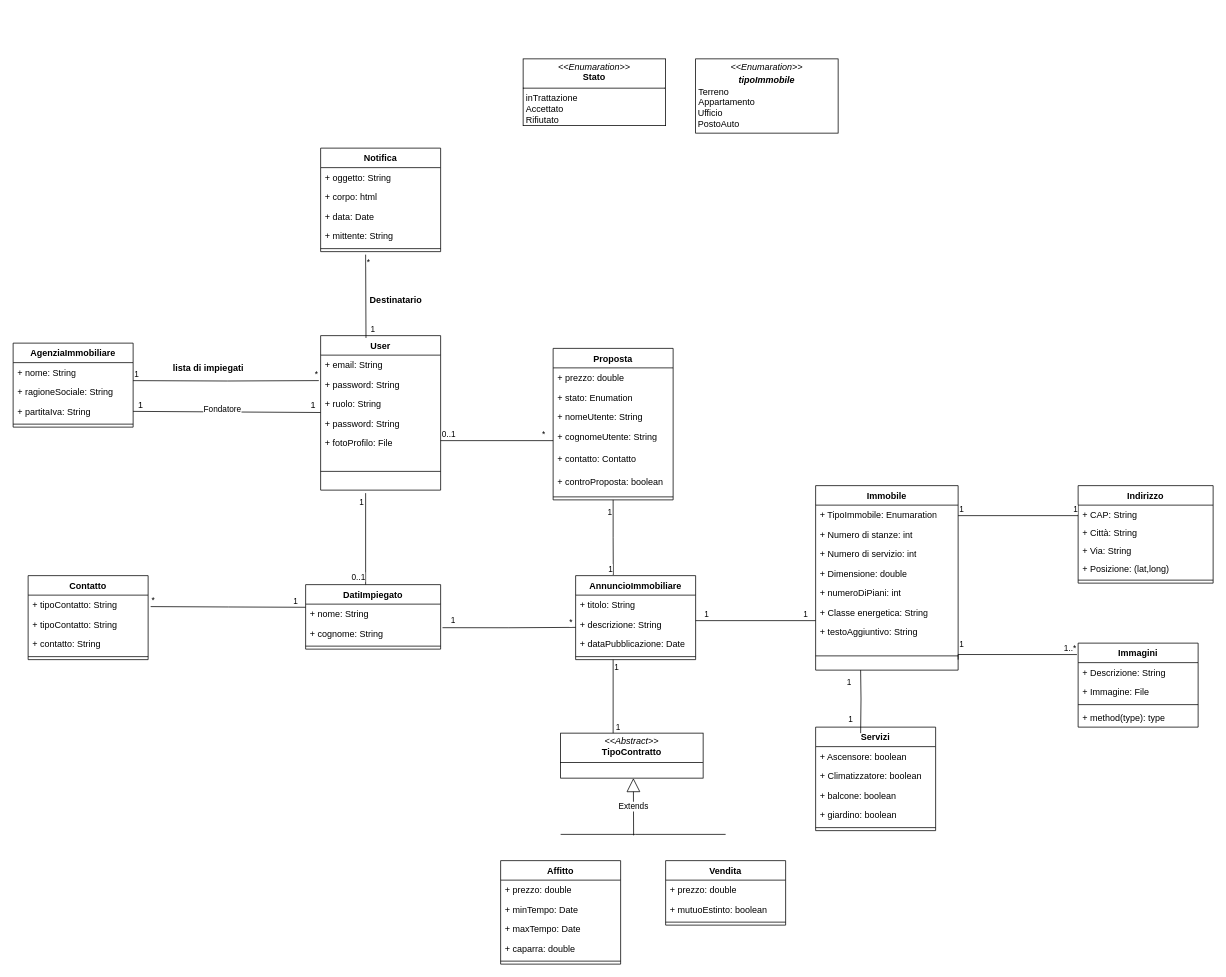
The draw.io diagram diagrammi/diagramma delle classi.drawio in Sperob98/Documentazione-DietiEstates25, before the edit. Source tidied: cells renumbered, new cells numbered last; positions are measured from the earlier drawing's top-left corner, leaving out a move shared by most shapes. Both pictures are drawn from the tidied source at 75%, with x=0, y=0 at pixel (13, 58).
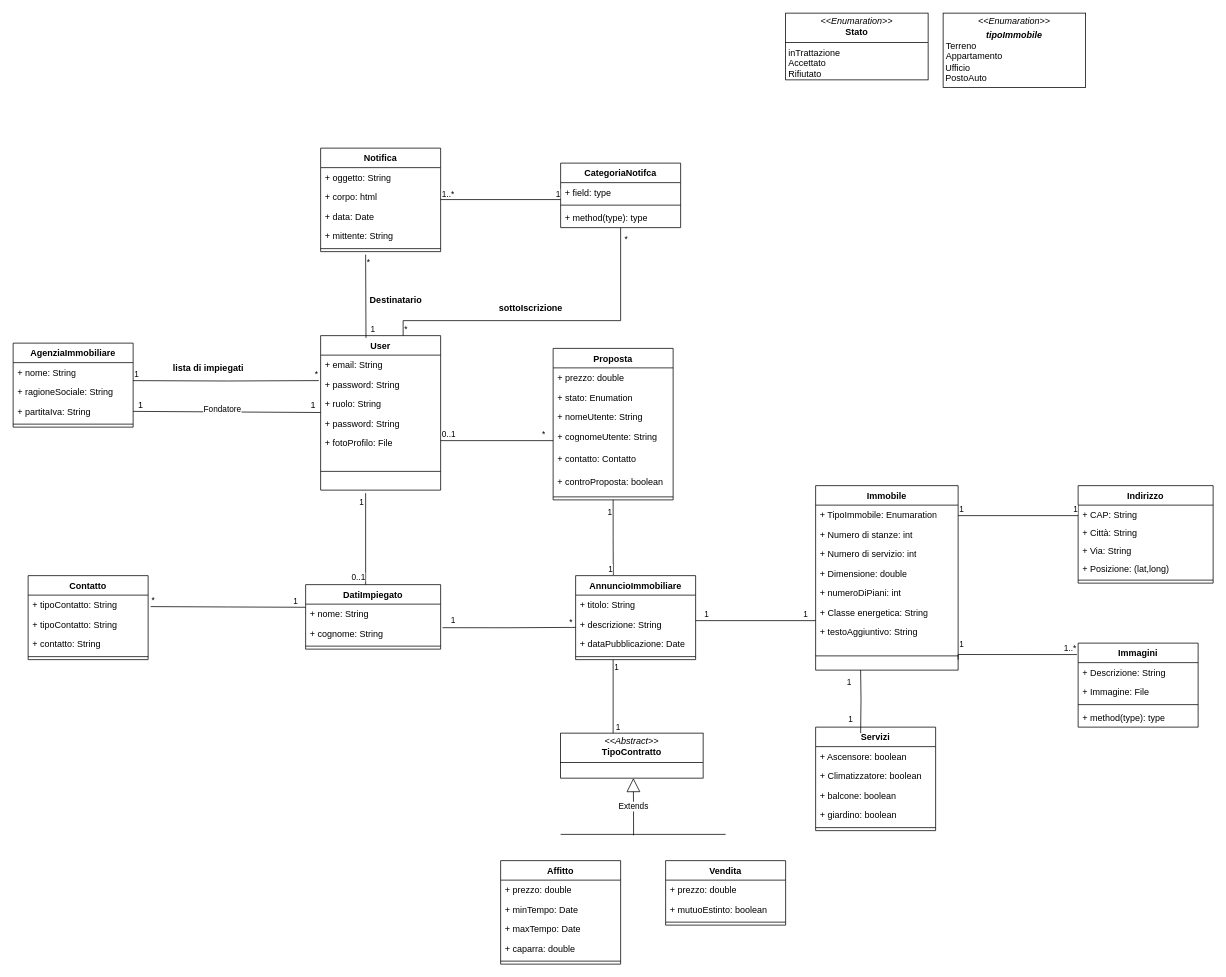
The same page after the edit.

The edit, as a diff of the source:
```diff
@@
     <mxCell id="106" value="&lt;p style=&quot;margin:0px;margin-top:4px;text-align:center;&quot;&gt;&lt;i&gt;&amp;lt;&amp;lt;Enumaration&amp;gt;&amp;gt;&lt;/i&gt;&lt;br&gt;&lt;b&gt;Stato&lt;/b&gt;&lt;/p&gt;&lt;hr size=&quot;1&quot; style=&quot;border-style:solid;&quot;&gt;&lt;p style=&quot;margin:0px;margin-left:4px;&quot;&gt;inTrattazione&lt;/p&gt;&lt;p style=&quot;margin:0px;margin-left:4px;&quot;&gt;Accettato&lt;/p&gt;&lt;p style=&quot;margin:0px;margin-left:4px;&quot;&gt;Rifiutato&lt;/p&gt;&lt;div&gt;&lt;span style=&quot;background-color: transparent; color: light-dark(rgb(0, 0, 0), rgb(255, 255, 255));&quot;&gt;&lt;br&gt;&lt;/span&gt;&lt;/div&gt;&lt;hr size=&quot;1&quot; style=&quot;border-style:solid;&quot;&gt;&lt;p style=&quot;margin:0px;margin-left:4px;&quot;&gt;&lt;br&gt;&lt;/p&gt;" style="verticalAlign=top;align=left;overflow=fill;html=1;whiteSpace=wrap;" parent="1" vertex="1">
-      <mxGeometry x="680" width="190" height="89" as="geometry" />
+      <mxGeometry x="1030" y="-61" width="190" height="89" as="geometry" />
     </mxCell>
@@
     <mxCell id="112" value="&lt;p style=&quot;margin:0px;margin-top:4px;text-align:center;&quot;&gt;&lt;i&gt;&amp;lt;&amp;lt;Enumaration&amp;gt;&amp;gt;&lt;/i&gt;&lt;br&gt;&lt;/p&gt;&lt;p style=&quot;margin:0px;margin-top:4px;text-align:center;&quot;&gt;&lt;i&gt;&lt;b&gt;tipoImmobile&lt;/b&gt;&lt;/i&gt;&lt;/p&gt;&lt;p style=&quot;margin:0px;margin-left:4px;&quot;&gt;&lt;span style=&quot;background-color: transparent; color: light-dark(rgb(0, 0, 0), rgb(255, 255, 255));&quot;&gt;Terreno&lt;/span&gt;&lt;/p&gt;&lt;p style=&quot;margin:0px;margin-left:4px;&quot;&gt;&lt;span style=&quot;background-color: transparent; color: light-dark(rgb(0, 0, 0), rgb(255, 255, 255));&quot;&gt;Appartamento&lt;/span&gt;&lt;/p&gt;&lt;div&gt;&lt;span style=&quot;background-color: transparent; color: light-dark(rgb(0, 0, 0), rgb(255, 255, 255));&quot;&gt;&amp;nbsp;Ufficio&lt;/span&gt;&lt;/div&gt;&lt;div&gt;&amp;nbsp;PostoAuto&lt;/div&gt;&lt;div&gt;&lt;span style=&quot;background-color: transparent; color: light-dark(rgb(0, 0, 0), rgb(255, 255, 255));&quot;&gt;&lt;br&gt;&lt;/span&gt;&lt;/div&gt;&lt;hr size=&quot;1&quot; style=&quot;border-style:solid;&quot;&gt;&lt;p style=&quot;margin:0px;margin-left:4px;&quot;&gt;&lt;br&gt;&lt;/p&gt;" style="verticalAlign=top;align=left;overflow=fill;html=1;whiteSpace=wrap;" parent="1" vertex="1">
-      <mxGeometry x="910" width="190" height="99" as="geometry" />
+      <mxGeometry x="1240" y="-61" width="190" height="99" as="geometry" />
     </mxCell>
@@
+    <mxCell id="126" value="CategoriaNotifca" style="swimlane;fontStyle=1;align=center;verticalAlign=top;horizontal=1;startSize=26;whiteSpace=wrap;html=1;" parent="1" vertex="1">
+      <mxGeometry x="730" y="139" width="160" height="86" as="geometry" />
+    </mxCell>
+    <mxCell id="127" value="+ field: type" style="text;strokeColor=none;fillColor=none;align=left;verticalAlign=top;spacingLeft=4;spacingRight=4;overflow=hidden;whiteSpace=wrap;html=1;" parent="126" vertex="1">
+      <mxGeometry y="26" width="160" height="26" as="geometry" />
+    </mxCell>
+    <mxCell id="128" style="line;strokeWidth=1;fillColor=none;align=left;verticalAlign=middle;spacingTop=-1;spacingLeft=3;spacingRight=3;labelPosition=right;strokeColor=inherit;" parent="126" vertex="1">
+      <mxGeometry y="52" width="160" height="8" as="geometry" />
+    </mxCell>
+    <mxCell id="129" value="+ method(type): type" style="text;strokeColor=none;fillColor=none;align=left;verticalAlign=top;spacingLeft=4;spacingRight=4;overflow=hidden;whiteSpace=wrap;html=1;" parent="126" vertex="1">
+      <mxGeometry y="60" width="160" height="26" as="geometry" />
+    </mxCell>
+    <mxCell id="130" style="endArrow=none;html=1;edgeStyle=orthogonalEdgeStyle;rounded=0;" parent="1" edge="1">
+      <mxGeometry relative="1" as="geometry">
+        <mxPoint x="570" y="187.6" as="sourcePoint" />
+        <mxPoint x="730" y="187.6" as="targetPoint" />
+      </mxGeometry>
+    </mxCell>
+    <mxCell id="131" value="1..*" style="edgeLabel;html=1;align=left;verticalAlign=bottom;" parent="130" vertex="1">
+      <mxGeometry x="-1" relative="1" as="geometry" />
+    </mxCell>
+    <mxCell id="132" value="1" style="edgeLabel;html=1;align=right;verticalAlign=bottom;" parent="130" vertex="1">
+      <mxGeometry x="1" relative="1" as="geometry" />
+    </mxCell>
+    <mxCell id="133" style="endArrow=none;html=1;edgeStyle=orthogonalEdgeStyle;rounded=0;entryX=0.5;entryY=1;entryDx=0;entryDy=0;" parent="1" edge="1" target="126">
+      <mxGeometry relative="1" as="geometry">
+        <mxPoint x="520" y="369" as="sourcePoint" />
+        <Array as="points">
+          <mxPoint x="520" y="349" />
+          <mxPoint x="810" y="349" />
+        </Array>
+      </mxGeometry>
+    </mxCell>
+    <mxCell id="134" value="*" style="edgeLabel;html=1;align=left;verticalAlign=bottom;" parent="133" vertex="1">
+      <mxGeometry x="-1" relative="1" as="geometry" />
+    </mxCell>
+    <mxCell id="135" value="*" style="edgeLabel;html=1;align=right;verticalAlign=bottom;" parent="133" vertex="1">
+      <mxGeometry x="1" relative="1" as="geometry">
+        <mxPoint x="10" y="24" as="offset" />
+      </mxGeometry>
+    </mxCell>
+    <mxCell id="136" value="sottoIscrizione" style="text;align=center;fontStyle=1;verticalAlign=middle;spacingLeft=3;spacingRight=3;strokeColor=none;html=1;" parent="1" vertex="1">
+      <mxGeometry x="650" y="319" width="80" height="26" as="geometry" />
+    </mxCell>
```
